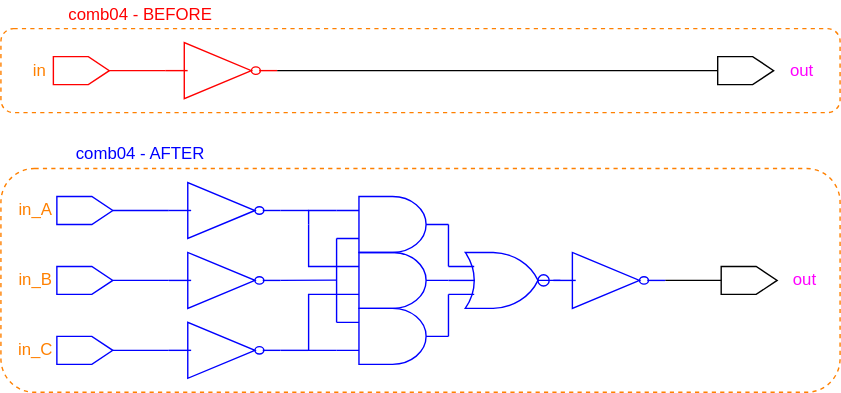
Before: figures/light-mode/user_guide_examples/comb_logic/comb04_input_and_logic_triplication.drawio.svg, a diagram exported from draw.io (AlbertHansen/TripleModularRedundancyTool_developer_guide). Source tidied: cells renumbered, new cells last; positions are measured from the earlier drawing's top-left corner, leaving out a move shared by most shapes.
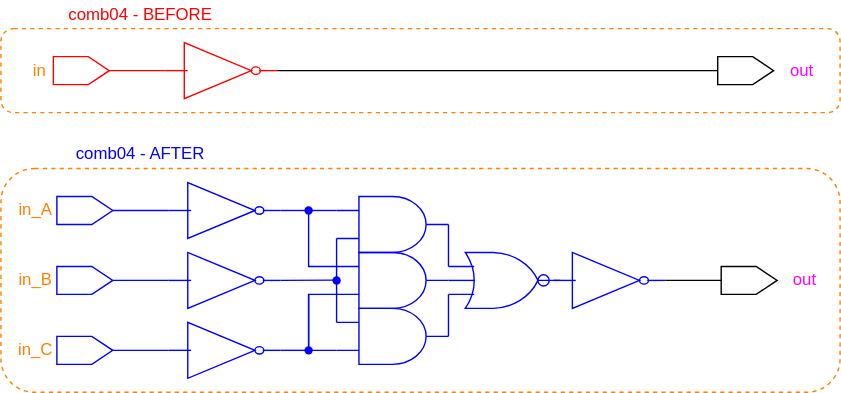
The same diagram one commit later.

The edit, as a diff of the source:
```diff
@@ -82,91 +82,107 @@
     <mxCell id="27" value="comb04 - AFTER" style="text;html=1;strokeColor=none;fillColor=none;align=center;verticalAlign=middle;whiteSpace=wrap;rounded=0;dashed=1;fontColor=#0000FF;" parent="1" vertex="1">
       <mxGeometry x="40" y="100" width="120" height="20" as="geometry" />
     </mxCell>
-    <mxCell id="28" style="edgeStyle=orthogonalEdgeStyle;html=1;exitX=0;exitY=0.25;exitDx=0;exitDy=0;exitPerimeter=0;entryX=0;entryY=0.75;entryDx=0;entryDy=0;entryPerimeter=0;endArrow=none;endFill=0;rounded=0;fontColor=#FF00FF;strokeColor=#0000FF;" parent="1" edge="1" source="29" target="35">
-      <mxGeometry relative="1" as="geometry">
-        <Array as="points">
-          <mxPoint x="240" y="200" />
-          <mxPoint x="240" y="200" />
-        </Array>
-      </mxGeometry>
-    </mxCell>
-    <mxCell id="29" style="verticalLabelPosition=bottom;shadow=0;dashed=0;align=center;html=1;verticalAlign=top;shape=mxgraph.electrical.logic_gates.logic_gate;operation=and;fillColor=none;fontColor=#FF00FF;strokeColor=#0000FF;" parent="1" vertex="1">
-      <mxGeometry x="240" y="220" width="80" height="40" as="geometry" />
-    </mxCell>
-    <mxCell id="30" style="edgeStyle=orthogonalEdgeStyle;rounded=0;html=1;exitX=0;exitY=0.75;exitDx=0;exitDy=0;exitPerimeter=0;entryX=0;entryY=0.75;entryDx=0;entryDy=0;entryPerimeter=0;endArrow=none;endFill=0;fontColor=#FF00FF;strokeColor=#0000FF;" parent="1" edge="1" source="33" target="29">
-      <mxGeometry relative="1" as="geometry">
-        <Array as="points">
-          <mxPoint x="220" y="210" />
-          <mxPoint x="220" y="250" />
-        </Array>
-      </mxGeometry>
-    </mxCell>
-    <mxCell id="31" style="edgeStyle=orthogonalEdgeStyle;rounded=0;html=1;entryX=0;entryY=0.25;entryDx=0;entryDy=0;entryPerimeter=0;endArrow=none;endFill=0;fontColor=#FF00FF;strokeColor=#0000FF;startArrow=none;" parent="1" edge="1" target="35">
-      <mxGeometry relative="1" as="geometry">
-        <mxPoint x="220" y="160" as="sourcePoint" />
-        <Array as="points">
-          <mxPoint x="220" y="150" />
-        </Array>
-      </mxGeometry>
-    </mxCell>
-    <mxCell id="32" style="edgeStyle=orthogonalEdgeStyle;rounded=0;html=1;exitX=1;exitY=0.5;exitDx=0;exitDy=0;exitPerimeter=0;entryX=0.235;entryY=0.478;entryDx=0;entryDy=0;entryPerimeter=0;endArrow=none;endFill=0;fontColor=#FF00FF;strokeColor=#0000FF;" parent="1" edge="1" source="33" target="37">
-      <mxGeometry relative="1" as="geometry" />
-    </mxCell>
-    <mxCell id="33" style="verticalLabelPosition=bottom;shadow=0;dashed=0;align=center;html=1;verticalAlign=top;shape=mxgraph.electrical.logic_gates.logic_gate;operation=and;fillColor=none;fontColor=#FF00FF;strokeColor=#0000FF;" parent="1" vertex="1">
-      <mxGeometry x="240" y="180" width="80" height="40" as="geometry" />
-    </mxCell>
-    <mxCell id="34" style="edgeStyle=orthogonalEdgeStyle;rounded=0;html=1;exitX=1;exitY=0.5;exitDx=0;exitDy=0;exitPerimeter=0;entryX=0;entryY=0.25;entryDx=0;entryDy=0;entryPerimeter=0;endArrow=none;endFill=0;fontColor=#FF00FF;strokeColor=#0000FF;" parent="1" edge="1" source="35" target="37">
-      <mxGeometry relative="1" as="geometry">
-        <Array as="points">
-          <mxPoint x="320" y="190" />
-        </Array>
-      </mxGeometry>
-    </mxCell>
-    <mxCell id="35" style="verticalLabelPosition=bottom;shadow=0;dashed=0;align=center;html=1;verticalAlign=top;shape=mxgraph.electrical.logic_gates.logic_gate;operation=and;fillColor=none;fontColor=#FF00FF;strokeColor=#0000FF;" parent="1" vertex="1">
-      <mxGeometry x="240" y="140" width="80" height="40" as="geometry" />
-    </mxCell>
-    <mxCell id="36" style="edgeStyle=orthogonalEdgeStyle;rounded=0;html=1;exitX=0;exitY=0.75;exitDx=0;exitDy=0;exitPerimeter=0;entryX=1;entryY=0.5;entryDx=0;entryDy=0;entryPerimeter=0;endArrow=none;endFill=0;fontColor=#FF00FF;strokeColor=#0000FF;" parent="1" edge="1" source="37" target="29">
-      <mxGeometry relative="1" as="geometry">
-        <Array as="points">
-          <mxPoint x="320" y="230" />
-          <mxPoint x="320" y="230" />
-        </Array>
-      </mxGeometry>
-    </mxCell>
-    <mxCell id="37" style="verticalLabelPosition=bottom;shadow=0;dashed=0;align=center;html=1;verticalAlign=top;shape=mxgraph.electrical.logic_gates.logic_gate;operation=or;fillColor=none;fontColor=#FF00FF;strokeColor=#0000FF;" parent="1" vertex="1">
-      <mxGeometry x="320" y="180" width="80" height="40" as="geometry" />
-    </mxCell>
-    <mxCell id="38" style="verticalLabelPosition=bottom;shadow=0;dashed=0;align=center;html=1;verticalAlign=top;shape=mxgraph.electrical.logic_gates.inverting_contact;fillColor=none;fontColor=#FF00FF;strokeColor=#0000FF;" parent="1" vertex="1">
-      <mxGeometry x="383" y="195" width="10" height="10" as="geometry" />
-    </mxCell>
-    <mxCell id="39" style="verticalLabelPosition=bottom;shadow=0;dashed=0;align=center;html=1;verticalAlign=top;shape=mxgraph.electrical.logic_gates.inverter_2;fillColor=none;fontColor=#FF00FF;strokeColor=#0000FF;" parent="1" vertex="1">
-      <mxGeometry x="395" y="180" width="80" height="40" as="geometry" />
-    </mxCell>
-    <mxCell id="40" style="endArrow=none;html=1;rounded=0;fontColor=#FF00FF;strokeColor=#0000FF;" parent="1" edge="1">
-      <mxGeometry relative="1" as="geometry">
-        <mxPoint x="200" y="150" as="sourcePoint" />
-        <mxPoint x="220" y="150" as="targetPoint" />
-      </mxGeometry>
-    </mxCell>
-    <mxCell id="41" style="endArrow=none;html=1;rounded=0;fontColor=#FF00FF;strokeColor=#0000FF;" parent="1" edge="1">
-      <mxGeometry relative="1" as="geometry">
-        <mxPoint x="200" y="250" as="sourcePoint" />
-        <mxPoint x="220" y="250" as="targetPoint" />
-      </mxGeometry>
-    </mxCell>
-    <mxCell id="42" style="endArrow=none;html=1;rounded=0;fontColor=#FF00FF;strokeColor=#0000FF;" parent="1" edge="1">
-      <mxGeometry relative="1" as="geometry">
-        <mxPoint x="200" y="200" as="sourcePoint" />
-        <mxPoint x="240" y="199.8" as="targetPoint" />
-      </mxGeometry>
-    </mxCell>
-    <mxCell id="43" style="edgeStyle=orthogonalEdgeStyle;rounded=0;html=1;exitX=0;exitY=0.25;exitDx=0;exitDy=0;exitPerimeter=0;endArrow=none;endFill=0;fontColor=#FF00FF;strokeColor=#0000FF;" parent="1" edge="1" source="33">
+    <mxCell id="43" style="edgeStyle=orthogonalEdgeStyle;html=1;exitDx=0;exitDy=0;exitPerimeter=0;entryX=0;entryY=0.75;entryDx=0;entryDy=0;entryPerimeter=0;endArrow=none;endFill=0;rounded=0;startArrow=none;strokeColor=#0000FF;" parent="1" edge="1" source="61" target="50">
       <mxGeometry relative="1" as="geometry">
-        <mxPoint x="220" y="160" as="targetPoint" />
         <Array as="points">
-          <mxPoint x="220" y="190" />
+          <mxPoint x="240" y="200" />
         </Array>
       </mxGeometry>
     </mxCell>
+    <mxCell id="44" style="verticalLabelPosition=bottom;shadow=0;dashed=0;align=center;html=1;verticalAlign=top;shape=mxgraph.electrical.logic_gates.logic_gate;operation=and;fillColor=none;strokeColor=#0000FF;" parent="1" vertex="1">
+      <mxGeometry x="240" y="220" width="80" height="40" as="geometry" />
+    </mxCell>
+    <mxCell id="45" style="edgeStyle=orthogonalEdgeStyle;rounded=0;html=1;exitDx=0;exitDy=0;exitPerimeter=0;entryX=0;entryY=0.75;entryDx=0;entryDy=0;entryPerimeter=0;endArrow=none;endFill=0;startArrow=none;strokeColor=#0000FF;" parent="1" edge="1" source="63" target="44">
+      <mxGeometry relative="1" as="geometry">
+        <Array as="points">
+          <mxPoint x="220" y="210" />
+          <mxPoint x="220" y="250" />
+        </Array>
+      </mxGeometry>
+    </mxCell>
+    <mxCell id="46" style="edgeStyle=orthogonalEdgeStyle;rounded=0;html=1;exitDx=0;exitDy=0;exitPerimeter=0;entryX=0;entryY=0.25;entryDx=0;entryDy=0;entryPerimeter=0;endArrow=none;endFill=0;startArrow=none;strokeColor=#0000FF;" parent="1" edge="1" source="59" target="50">
+      <mxGeometry relative="1" as="geometry">
+        <Array as="points">
+          <mxPoint x="220" y="150" />
+        </Array>
+      </mxGeometry>
+    </mxCell>
+    <mxCell id="47" style="edgeStyle=orthogonalEdgeStyle;rounded=0;html=1;exitX=1;exitY=0.5;exitDx=0;exitDy=0;exitPerimeter=0;entryX=0.235;entryY=0.478;entryDx=0;entryDy=0;entryPerimeter=0;endArrow=none;endFill=0;strokeColor=#0000FF;" parent="1" edge="1" source="48" target="52">
+      <mxGeometry relative="1" as="geometry" />
+    </mxCell>
+    <mxCell id="48" style="verticalLabelPosition=bottom;shadow=0;dashed=0;align=center;html=1;verticalAlign=top;shape=mxgraph.electrical.logic_gates.logic_gate;operation=and;fillColor=none;strokeColor=#0000FF;" parent="1" vertex="1">
+      <mxGeometry x="240" y="180" width="80" height="40" as="geometry" />
+    </mxCell>
+    <mxCell id="49" style="edgeStyle=orthogonalEdgeStyle;rounded=0;html=1;exitX=1;exitY=0.5;exitDx=0;exitDy=0;exitPerimeter=0;entryX=0;entryY=0.25;entryDx=0;entryDy=0;entryPerimeter=0;endArrow=none;endFill=0;strokeColor=#0000FF;" parent="1" edge="1" source="50" target="52">
+      <mxGeometry relative="1" as="geometry">
+        <Array as="points">
+          <mxPoint x="320" y="190" />
+        </Array>
+      </mxGeometry>
+    </mxCell>
+    <mxCell id="50" style="verticalLabelPosition=bottom;shadow=0;dashed=0;align=center;html=1;verticalAlign=top;shape=mxgraph.electrical.logic_gates.logic_gate;operation=and;fillColor=none;strokeColor=#0000FF;" parent="1" vertex="1">
+      <mxGeometry x="240" y="140" width="80" height="40" as="geometry" />
+    </mxCell>
+    <mxCell id="51" style="edgeStyle=orthogonalEdgeStyle;rounded=0;html=1;exitX=0;exitY=0.75;exitDx=0;exitDy=0;exitPerimeter=0;entryX=1;entryY=0.5;entryDx=0;entryDy=0;entryPerimeter=0;endArrow=none;endFill=0;strokeColor=#0000FF;" parent="1" edge="1" source="52" target="44">
+      <mxGeometry relative="1" as="geometry">
+        <Array as="points">
+          <mxPoint x="320" y="230" />
+          <mxPoint x="320" y="230" />
+        </Array>
+      </mxGeometry>
+    </mxCell>
+    <mxCell id="52" style="verticalLabelPosition=bottom;shadow=0;dashed=0;align=center;html=1;verticalAlign=top;shape=mxgraph.electrical.logic_gates.logic_gate;operation=or;fillColor=none;strokeColor=#0000FF;" parent="1" vertex="1">
+      <mxGeometry x="320" y="180" width="80" height="40" as="geometry" />
+    </mxCell>
+    <mxCell id="53" style="verticalLabelPosition=bottom;shadow=0;dashed=0;align=center;html=1;verticalAlign=top;shape=mxgraph.electrical.logic_gates.inverting_contact;fillColor=none;strokeColor=#0000FF;" parent="1" vertex="1">
+      <mxGeometry x="383" y="195" width="10" height="10" as="geometry" />
+    </mxCell>
+    <mxCell id="54" style="verticalLabelPosition=bottom;shadow=0;dashed=0;align=center;html=1;verticalAlign=top;shape=mxgraph.electrical.logic_gates.inverter_2;fillColor=none;strokeColor=#0000FF;" parent="1" vertex="1">
+      <mxGeometry x="395" y="180" width="80" height="40" as="geometry" />
+    </mxCell>
+    <mxCell id="55" style="endArrow=none;html=1;rounded=0;strokeColor=#0000FF;" parent="1" edge="1">
+      <mxGeometry relative="1" as="geometry">
+        <mxPoint x="200" y="150" as="sourcePoint" />
+        <mxPoint x="220" y="150" as="targetPoint" />
+      </mxGeometry>
+    </mxCell>
+    <mxCell id="56" style="endArrow=none;html=1;rounded=0;strokeColor=#0000FF;" parent="1" edge="1">
+      <mxGeometry relative="1" as="geometry">
+        <mxPoint x="200" y="250" as="sourcePoint" />
+        <mxPoint x="220" y="250" as="targetPoint" />
+      </mxGeometry>
+    </mxCell>
+    <mxCell id="57" style="endArrow=none;html=1;rounded=0;strokeColor=#0000FF;" parent="1" edge="1">
+      <mxGeometry relative="1" as="geometry">
+        <mxPoint x="200" y="200" as="sourcePoint" />
+        <mxPoint x="240" y="199.8" as="targetPoint" />
+      </mxGeometry>
+    </mxCell>
+    <mxCell id="58" style="edgeStyle=orthogonalEdgeStyle;rounded=0;html=1;exitX=0;exitY=0.25;exitDx=0;exitDy=0;exitPerimeter=0;entryDx=0;entryDy=0;entryPerimeter=0;endArrow=none;endFill=0;strokeColor=#0000FF;" parent="1" edge="1" source="48" target="59">
+      <mxGeometry relative="1" as="geometry">
+        <Array as="points">
+          <mxPoint x="220" y="190" />
+        </Array>
+      </mxGeometry>
+    </mxCell>
+    <mxCell id="59" style="shape=waypoint;sketch=0;fillStyle=solid;size=6;points=[];fillColor=none;perimeter=centerPerimeter;snapToPoint=1;strokeColor=#0000FF;" parent="1" vertex="1">
+      <mxGeometry x="210" y="140" width="20" height="20" as="geometry" />
+    </mxCell>
+    <mxCell id="60" style="edgeStyle=orthogonalEdgeStyle;html=1;exitX=0;exitY=0.25;exitDx=0;exitDy=0;exitPerimeter=0;entryDx=0;entryDy=0;entryPerimeter=0;endArrow=none;endFill=0;rounded=0;strokeColor=#0000FF;" parent="1" edge="1" source="44" target="61">
+      <mxGeometry relative="1" as="geometry">
+        <Array as="points">
+          <mxPoint x="240" y="200" />
+        </Array>
+      </mxGeometry>
+    </mxCell>
+    <mxCell id="61" style="shape=waypoint;sketch=0;fillStyle=solid;size=6;points=[];fillColor=none;perimeter=centerPerimeter;snapToPoint=1;strokeColor=#0000FF;" parent="1" vertex="1">
+      <mxGeometry x="230" y="190" width="20" height="20" as="geometry" />
+    </mxCell>
+    <mxCell id="62" style="edgeStyle=orthogonalEdgeStyle;rounded=0;html=1;exitX=0;exitY=0.75;exitDx=0;exitDy=0;exitPerimeter=0;entryDx=0;entryDy=0;entryPerimeter=0;endArrow=none;endFill=0;strokeColor=#0000FF;" parent="1" edge="1" source="48" target="63">
+      <mxGeometry relative="1" as="geometry" />
+    </mxCell>
+    <mxCell id="63" style="shape=waypoint;sketch=0;fillStyle=solid;size=6;points=[];fillColor=none;perimeter=centerPerimeter;snapToPoint=1;strokeColor=#0000FF;" parent="1" vertex="1">
+      <mxGeometry x="210" y="240" width="20" height="20" as="geometry" />
+    </mxCell>
   </root>
 </mxGraphModel>
```
